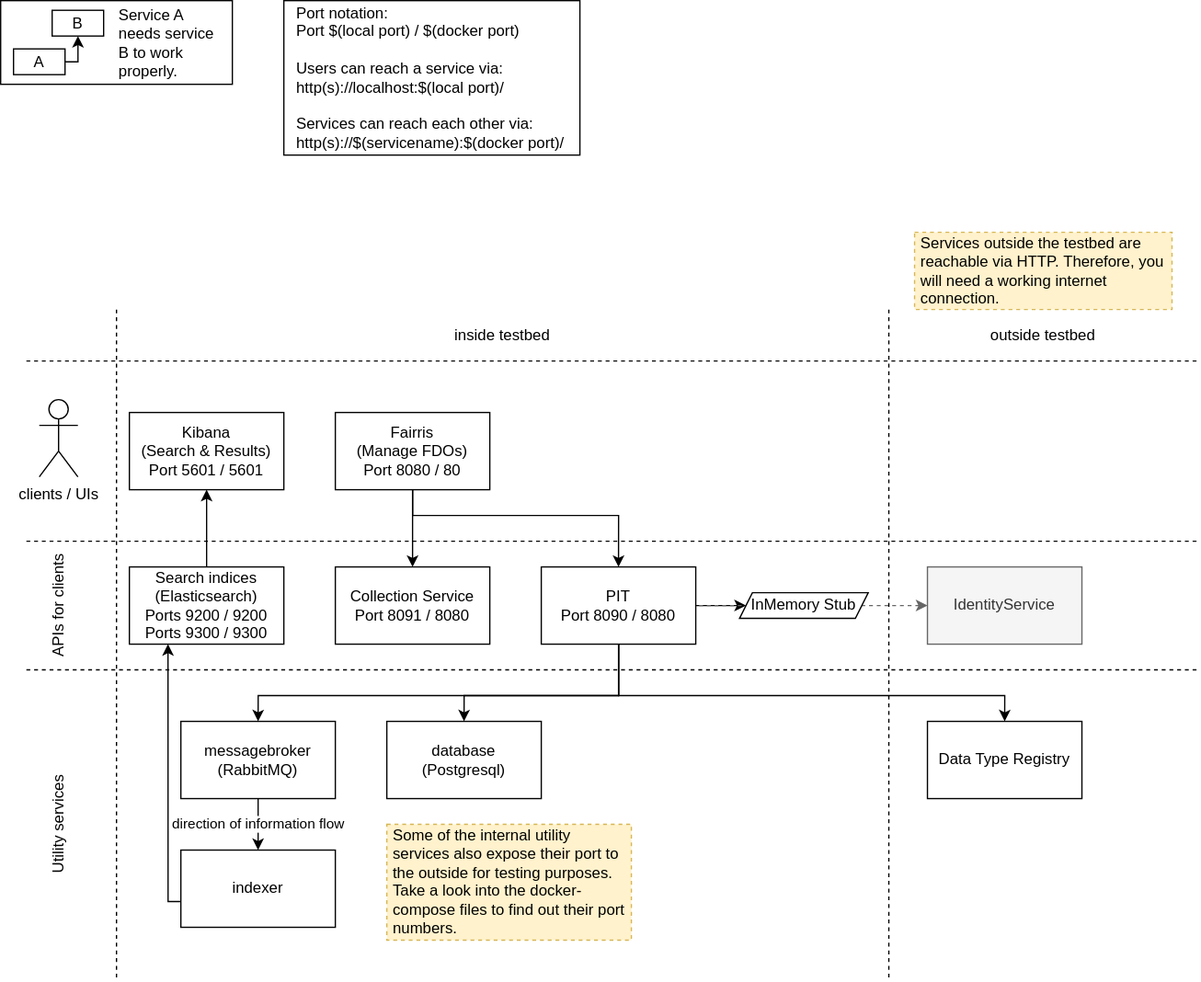
This is documentation/images/services_overview.drawio.svg from kit-data-manager/testbed4inf, a draw.io export, as it was before one commit. Source tidied: cells renumbered, new cells last; positions are measured from the earlier drawing's top-left corner, leaving out a move shared by most shapes. The source it was exported from:
```xml
<mxGraphModel>
  <root>
    <mxCell id="0" />
    <mxCell id="1" parent="0" />
    <mxCell id="2" style="edgeStyle=orthogonalEdgeStyle;rounded=0;jettySize=auto;html=1;entryX=0.25;entryY=1;entryDx=0;entryDy=0;" parent="1" edge="1" source="3" target="16">
      <mxGeometry relative="1" as="geometry">
        <Array as="points">
          <mxPoint x="130" y="700" />
        </Array>
      </mxGeometry>
    </mxCell>
    <mxCell id="3" value="indexer" style="rounded=0;whiteSpace=wrap;html=1;" parent="1" vertex="1">
      <mxGeometry x="140" y="660" width="120" height="60" as="geometry" />
    </mxCell>
    <mxCell id="4" style="edgeStyle=orthogonalEdgeStyle;rounded=0;jettySize=auto;html=1;entryX=0.5;entryY=0;entryDx=0;entryDy=0;" parent="1" edge="1" source="8" target="13">
      <mxGeometry relative="1" as="geometry">
        <Array as="points">
          <mxPoint x="480" y="540" />
          <mxPoint x="200" y="540" />
        </Array>
      </mxGeometry>
    </mxCell>
    <mxCell id="5" style="edgeStyle=orthogonalEdgeStyle;rounded=0;jettySize=auto;html=1;entryX=0.5;entryY=0;entryDx=0;entryDy=0;" parent="1" edge="1" source="8" target="14">
      <mxGeometry relative="1" as="geometry">
        <Array as="points">
          <mxPoint x="480" y="540" />
          <mxPoint x="360" y="540" />
        </Array>
      </mxGeometry>
    </mxCell>
    <mxCell id="6" style="edgeStyle=orthogonalEdgeStyle;rounded=0;jettySize=auto;html=1;entryX=0.5;entryY=0;entryDx=0;entryDy=0;" parent="1" edge="1" source="8" target="28">
      <mxGeometry relative="1" as="geometry">
        <Array as="points">
          <mxPoint x="480" y="540" />
          <mxPoint x="780" y="540" />
        </Array>
      </mxGeometry>
    </mxCell>
    <mxCell id="7" style="edgeStyle=orthogonalEdgeStyle;rounded=0;jettySize=auto;html=1;" parent="1" edge="1" source="8" target="29">
      <mxGeometry relative="1" as="geometry" />
    </mxCell>
    <mxCell id="8" value="PIT&lt;br&gt;Port 8090 / 8080" style="rounded=0;whiteSpace=wrap;html=1;" parent="1" vertex="1">
      <mxGeometry x="420" y="440" width="120" height="60" as="geometry" />
    </mxCell>
    <mxCell id="9" style="edgeStyle=orthogonalEdgeStyle;rounded=0;jettySize=auto;html=1;entryX=0.5;entryY=0;entryDx=0;entryDy=0;" parent="1" edge="1" source="11" target="8">
      <mxGeometry relative="1" as="geometry">
        <Array as="points">
          <mxPoint x="320" y="400" />
          <mxPoint x="480" y="400" />
        </Array>
      </mxGeometry>
    </mxCell>
    <mxCell id="10" style="edgeStyle=orthogonalEdgeStyle;rounded=0;jettySize=auto;html=1;entryX=0.5;entryY=0;entryDx=0;entryDy=0;endArrow=classic;endFill=1;" parent="1" edge="1" source="11" target="32">
      <mxGeometry relative="1" as="geometry" />
    </mxCell>
    <mxCell id="11" value="Fairris&lt;br&gt;(Manage FDOs)&lt;br&gt;Port 8080 / 80" style="rounded=0;whiteSpace=wrap;html=1;" parent="1" vertex="1">
      <mxGeometry x="260" y="320" width="120" height="60" as="geometry" />
    </mxCell>
    <mxCell id="12" value="direction of information flow" style="edgeStyle=orthogonalEdgeStyle;rounded=0;jettySize=auto;html=1;" parent="1" edge="1" source="13" target="3">
      <mxGeometry relative="1" as="geometry" />
    </mxCell>
    <mxCell id="13" value="messagebroker&lt;br&gt;(RabbitMQ)" style="rounded=0;whiteSpace=wrap;html=1;" parent="1" vertex="1">
      <mxGeometry x="140" y="560" width="120" height="60" as="geometry" />
    </mxCell>
    <mxCell id="14" value="database&lt;br&gt;(Postgresql)" style="rounded=0;whiteSpace=wrap;html=1;" parent="1" vertex="1">
      <mxGeometry x="300" y="560" width="120" height="60" as="geometry" />
    </mxCell>
    <mxCell id="15" style="edgeStyle=orthogonalEdgeStyle;rounded=0;jettySize=auto;html=1;" parent="1" edge="1" source="16" target="17">
      <mxGeometry relative="1" as="geometry" />
    </mxCell>
    <mxCell id="16" value="Search indices&lt;br&gt;(Elasticsearch)&lt;br&gt;Ports 9200 / 9200&lt;br&gt;Ports 9300 / 9300" style="rounded=0;whiteSpace=wrap;html=1;" parent="1" vertex="1">
      <mxGeometry x="100" y="440" width="120" height="60" as="geometry" />
    </mxCell>
    <mxCell id="17" value="Kibana&lt;br&gt;(Search &amp;amp; Results)&lt;br&gt;Port 5601 / 5601" style="rounded=0;whiteSpace=wrap;html=1;" parent="1" vertex="1">
      <mxGeometry x="100" y="320" width="120" height="60" as="geometry" />
    </mxCell>
    <mxCell id="18" value="clients / UIs" style="shape=umlActor;verticalLabelPosition=bottom;verticalAlign=top;html=1;" parent="1" vertex="1">
      <mxGeometry x="30" y="310" width="30" height="60" as="geometry" />
    </mxCell>
    <mxCell id="19" style="endArrow=none;dashed=1;html=1;" parent="1" edge="1">
      <mxGeometry relative="1" as="geometry">
        <mxPoint x="20" y="420" as="sourcePoint" />
        <mxPoint x="930" y="420" as="targetPoint" />
      </mxGeometry>
    </mxCell>
    <mxCell id="20" value="APIs for clients" style="text;html=1;strokeColor=none;fillColor=none;align=center;verticalAlign=middle;whiteSpace=wrap;rounded=0;horizontal=0;" parent="1" vertex="1">
      <mxGeometry y="420" width="90" height="100" as="geometry" />
    </mxCell>
    <mxCell id="21" style="endArrow=none;dashed=1;html=1;" parent="1" edge="1">
      <mxGeometry relative="1" as="geometry">
        <mxPoint x="20" y="520" as="sourcePoint" />
        <mxPoint x="930" y="520" as="targetPoint" />
      </mxGeometry>
    </mxCell>
    <mxCell id="22" style="endArrow=none;dashed=1;html=1;" parent="1" edge="1">
      <mxGeometry relative="1" as="geometry">
        <mxPoint x="690" y="240" as="sourcePoint" />
        <mxPoint x="690" y="760" as="targetPoint" />
      </mxGeometry>
    </mxCell>
    <mxCell id="23" value="outside testbed" style="text;html=1;strokeColor=none;fillColor=none;align=center;verticalAlign=middle;whiteSpace=wrap;rounded=0;" parent="1" vertex="1">
      <mxGeometry x="690" y="240" width="240" height="40" as="geometry" />
    </mxCell>
    <mxCell id="24" value="inside testbed" style="text;html=1;strokeColor=none;fillColor=none;align=center;verticalAlign=middle;whiteSpace=wrap;rounded=0;" parent="1" vertex="1">
      <mxGeometry x="90" y="240" width="600" height="40" as="geometry" />
    </mxCell>
    <mxCell id="25" style="edgeStyle=orthogonalEdgeStyle;rounded=0;jettySize=auto;html=1;fillColor=#f5f5f5;strokeColor=#666666;endArrow=none;endFill=0;dashed=1;startArrow=classic;startFill=1;" parent="1" edge="1" source="26" target="8">
      <mxGeometry relative="1" as="geometry" />
    </mxCell>
    <mxCell id="26" value="IdentityService" style="rounded=0;whiteSpace=wrap;html=1;fillColor=#f5f5f5;strokeColor=#666666;fontColor=#333333;" parent="1" vertex="1">
      <mxGeometry x="720" y="440" width="120" height="60" as="geometry" />
    </mxCell>
    <mxCell id="27" style="endArrow=none;dashed=1;html=1;entryX=1;entryY=1;entryDx=0;entryDy=0;" parent="1" edge="1" target="30">
      <mxGeometry relative="1" as="geometry">
        <mxPoint x="90" y="240" as="sourcePoint" />
      </mxGeometry>
    </mxCell>
    <mxCell id="28" value="Data Type Registry" style="rounded=0;whiteSpace=wrap;html=1;" parent="1" vertex="1">
      <mxGeometry x="720" y="560" width="120" height="60" as="geometry" />
    </mxCell>
    <mxCell id="29" value="InMemory Stub" style="shape=parallelogram;perimeter=parallelogramPerimeter;whiteSpace=wrap;html=1;fixedSize=1;size=10;" parent="1" vertex="1">
      <mxGeometry x="574" y="460" width="100" height="20" as="geometry" />
    </mxCell>
    <mxCell id="30" value="Utility services" style="text;html=1;strokeColor=none;fillColor=none;align=center;verticalAlign=middle;whiteSpace=wrap;rounded=0;horizontal=0;" parent="1" vertex="1">
      <mxGeometry y="520" width="90" height="240" as="geometry" />
    </mxCell>
    <mxCell id="31" style="endArrow=none;dashed=1;html=1;" parent="1" edge="1">
      <mxGeometry relative="1" as="geometry">
        <mxPoint x="20" y="280" as="sourcePoint" />
        <mxPoint x="930" y="280" as="targetPoint" />
      </mxGeometry>
    </mxCell>
    <mxCell id="32" value="Collection Service&lt;br&gt;Port 8091 / 8080" style="rounded=0;whiteSpace=wrap;html=1;" parent="1" vertex="1">
      <mxGeometry x="260" y="440" width="120" height="60" as="geometry" />
    </mxCell>
    <mxCell id="33" style="rounded=0;whiteSpace=wrap;html=1;" parent="1" vertex="1">
      <mxGeometry width="180" height="65" as="geometry" />
    </mxCell>
    <mxCell id="34" value="Service A needs service B to work properly." style="text;html=1;strokeColor=none;fillColor=none;align=left;verticalAlign=middle;whiteSpace=wrap;rounded=0;" parent="33" vertex="1">
      <mxGeometry x="90" y="7.5" width="80" height="50" as="geometry" />
    </mxCell>
    <mxCell id="35" value="A" style="rounded=0;whiteSpace=wrap;html=1;" parent="33" vertex="1">
      <mxGeometry x="10" y="37.5" width="40" height="20" as="geometry" />
    </mxCell>
    <mxCell id="36" value="B" style="rounded=0;whiteSpace=wrap;html=1;" parent="33" vertex="1">
      <mxGeometry x="40" y="7.5" width="40" height="20" as="geometry" />
    </mxCell>
    <mxCell id="37" style="edgeStyle=orthogonalEdgeStyle;rounded=0;jettySize=auto;html=1;endArrow=classic;endFill=1;" parent="33" edge="1" source="35" target="36">
      <mxGeometry relative="1" as="geometry">
        <Array as="points">
          <mxPoint x="50" y="47.5" />
          <mxPoint x="60" y="47.5" />
        </Array>
      </mxGeometry>
    </mxCell>
    <mxCell id="38" value="&lt;p&gt;Services outside the testbed are reachable via HTTP. Therefore, you will need a working internet connection.&lt;/p&gt;" style="text;html=1;spacing=5;spacingTop=-20;whiteSpace=wrap;overflow=hidden;rounded=0;verticalAlign=top;dashed=1;strokeColor=#d6b656;fillColor=#fff2cc;" parent="1" vertex="1">
      <mxGeometry x="710" y="180" width="200" height="60" as="geometry" />
    </mxCell>
    <mxCell id="39" style="rounded=0;whiteSpace=wrap;html=1;" parent="1" vertex="1">
      <mxGeometry x="220" width="230" height="120" as="geometry" />
    </mxCell>
    <mxCell id="40" value="Port notation:&lt;br&gt;Port $(local port) / $(docker port)&lt;br&gt;&lt;br&gt;Users can reach a service via:&lt;br&gt;http(s)://localhost:$(local port)/&lt;br&gt;&lt;br&gt;Services can reach each other via:&lt;br&gt;http(s)://$(servicename):$(docker port)/" style="text;html=1;strokeColor=none;fillColor=none;align=left;verticalAlign=middle;whiteSpace=wrap;rounded=0;" parent="39" vertex="1">
      <mxGeometry x="7.9" y="8" width="214.1" height="104" as="geometry" />
    </mxCell>
    <mxCell id="41" value="&lt;p&gt;Some of the internal utility services also expose their port to the outside for testing purposes. Take a look into the docker-compose files to find out their port numbers.&lt;/p&gt;" style="text;html=1;strokeColor=#d6b656;fillColor=#fff2cc;spacing=5;spacingTop=-20;whiteSpace=wrap;overflow=hidden;rounded=0;dashed=1;" parent="1" vertex="1">
      <mxGeometry x="300" y="640" width="190" height="90" as="geometry" />
    </mxCell>
  </root>
</mxGraphModel>
```
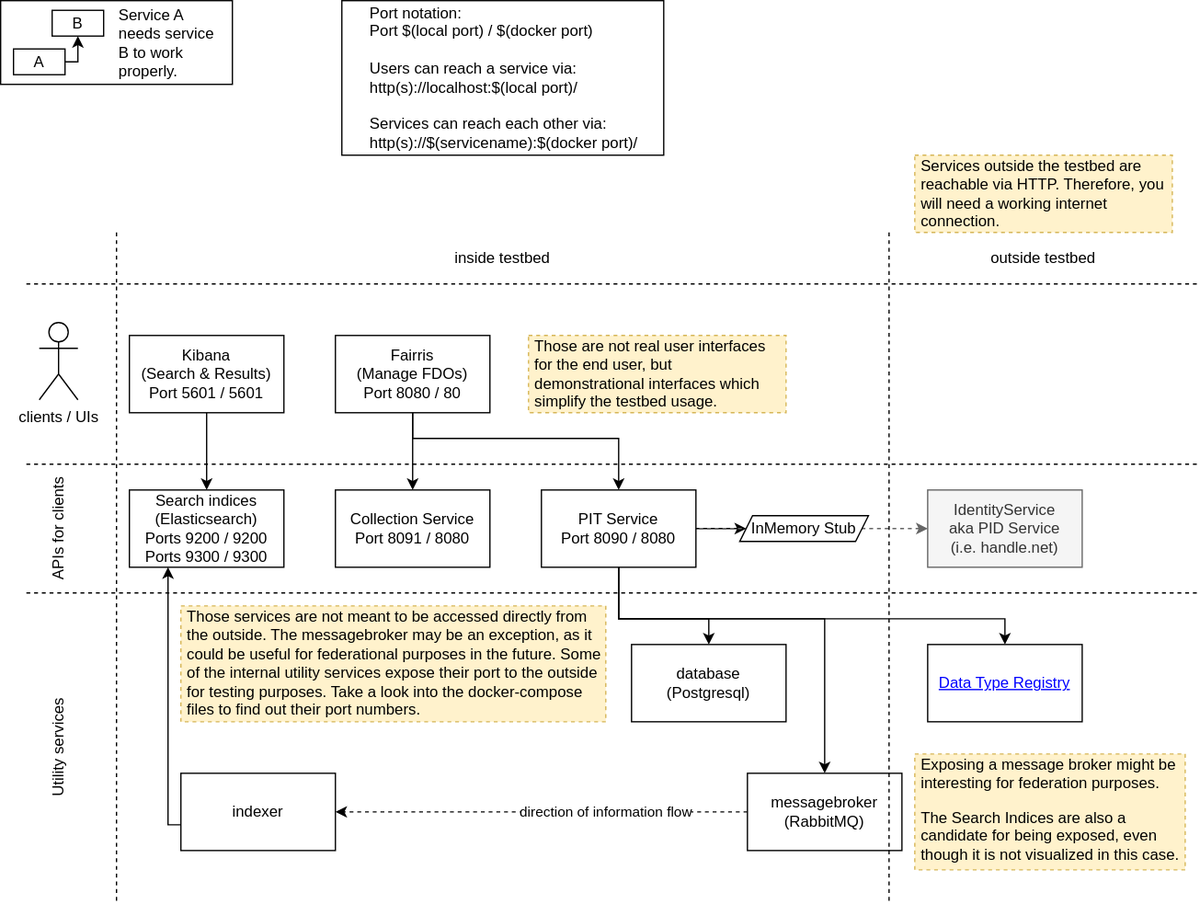
Later version of the same file.

Diff of the diagram source:
```diff
@@ -16,7 +16,7 @@
       <mxGeometry relative="1" as="geometry">
         <Array as="points">
           <mxPoint x="480" y="540" />
-          <mxPoint x="200" y="540" />
+          <mxPoint x="640" y="540" />
         </Array>
       </mxGeometry>
     </mxCell>
@@ -24,7 +24,7 @@
       <mxGeometry relative="1" as="geometry">
         <Array as="points">
           <mxPoint x="480" y="540" />
-          <mxPoint x="360" y="540" />
+          <mxPoint x="550" y="540" />
         </Array>
       </mxGeometry>
     </mxCell>
@@ -39,7 +39,7 @@
     <mxCell id="7" style="edgeStyle=orthogonalEdgeStyle;rounded=0;jettySize=auto;html=1;" parent="1" edge="1" source="8" target="29">
       <mxGeometry relative="1" as="geometry" />
     </mxCell>
-    <mxCell id="8" value="PIT&lt;br&gt;Port 8090 / 8080" style="rounded=0;whiteSpace=wrap;html=1;" parent="1" vertex="1">
+    <mxCell id="8" value="PIT Service&lt;br&gt;Port 8090 / 8080" style="rounded=0;whiteSpace=wrap;html=1;" parent="1" vertex="1">
       <mxGeometry x="420" y="440" width="120" height="60" as="geometry" />
     </mxCell>
     <mxCell id="9" style="edgeStyle=orthogonalEdgeStyle;rounded=0;jettySize=auto;html=1;entryX=0.5;entryY=0;entryDx=0;entryDy=0;" parent="1" edge="1" source="11" target="8">
@@ -56,16 +56,16 @@
     <mxCell id="11" value="Fairris&lt;br&gt;(Manage FDOs)&lt;br&gt;Port 8080 / 80" style="rounded=0;whiteSpace=wrap;html=1;" parent="1" vertex="1">
       <mxGeometry x="260" y="320" width="120" height="60" as="geometry" />
     </mxCell>
-    <mxCell id="12" value="direction of information flow" style="edgeStyle=orthogonalEdgeStyle;rounded=0;jettySize=auto;html=1;" parent="1" edge="1" source="13" target="3">
-      <mxGeometry relative="1" as="geometry" />
+    <mxCell id="12" value="direction of information flow" style="edgeStyle=orthogonalEdgeStyle;rounded=0;jettySize=auto;html=1;dashed=1;" parent="1" edge="1" source="13" target="3">
+      <mxGeometry x="-0.31" relative="1" as="geometry" />
     </mxCell>
     <mxCell id="13" value="messagebroker&lt;br&gt;(RabbitMQ)" style="rounded=0;whiteSpace=wrap;html=1;" parent="1" vertex="1">
-      <mxGeometry x="140" y="560" width="120" height="60" as="geometry" />
+      <mxGeometry x="580" y="660" width="120" height="60" as="geometry" />
     </mxCell>
     <mxCell id="14" value="database&lt;br&gt;(Postgresql)" style="rounded=0;whiteSpace=wrap;html=1;" parent="1" vertex="1">
-      <mxGeometry x="300" y="560" width="120" height="60" as="geometry" />
+      <mxGeometry x="490" y="560" width="120" height="60" as="geometry" />
     </mxCell>
-    <mxCell id="15" style="edgeStyle=orthogonalEdgeStyle;rounded=0;jettySize=auto;html=1;" parent="1" edge="1" source="16" target="17">
+    <mxCell id="15" style="edgeStyle=orthogonalEdgeStyle;rounded=0;jettySize=auto;html=1;endArrow=none;endFill=0;startArrow=classic;startFill=1;" parent="1" edge="1" source="16" target="17">
       <mxGeometry relative="1" as="geometry" />
     </mxCell>
     <mxCell id="16" value="Search indices&lt;br&gt;(Elasticsearch)&lt;br&gt;Ports 9200 / 9200&lt;br&gt;Ports 9300 / 9300" style="rounded=0;whiteSpace=wrap;html=1;" parent="1" vertex="1">
@@ -92,12 +92,6 @@
         <mxPoint x="930" y="520" as="targetPoint" />
       </mxGeometry>
     </mxCell>
-    <mxCell id="22" style="endArrow=none;dashed=1;html=1;" parent="1" edge="1">
-      <mxGeometry relative="1" as="geometry">
-        <mxPoint x="690" y="240" as="sourcePoint" />
-        <mxPoint x="690" y="760" as="targetPoint" />
-      </mxGeometry>
-    </mxCell>
     <mxCell id="23" value="outside testbed" style="text;html=1;strokeColor=none;fillColor=none;align=center;verticalAlign=middle;whiteSpace=wrap;rounded=0;" parent="1" vertex="1">
       <mxGeometry x="690" y="240" width="240" height="40" as="geometry" />
     </mxCell>
@@ -107,7 +101,7 @@
     <mxCell id="25" style="edgeStyle=orthogonalEdgeStyle;rounded=0;jettySize=auto;html=1;fillColor=#f5f5f5;strokeColor=#666666;endArrow=none;endFill=0;dashed=1;startArrow=classic;startFill=1;" parent="1" edge="1" source="26" target="8">
       <mxGeometry relative="1" as="geometry" />
     </mxCell>
-    <mxCell id="26" value="IdentityService" style="rounded=0;whiteSpace=wrap;html=1;fillColor=#f5f5f5;strokeColor=#666666;fontColor=#333333;" parent="1" vertex="1">
+    <mxCell id="26" value="IdentityService&lt;br&gt;aka PID Service&lt;br&gt;(i.e. handle.net)" style="rounded=0;whiteSpace=wrap;html=1;fillColor=#f5f5f5;strokeColor=#666666;fontColor=#333333;" parent="1" vertex="1">
       <mxGeometry x="720" y="440" width="120" height="60" as="geometry" />
     </mxCell>
     <mxCell id="27" style="endArrow=none;dashed=1;html=1;entryX=1;entryY=1;entryDx=0;entryDy=0;" parent="1" edge="1" target="30">
@@ -115,7 +109,7 @@
         <mxPoint x="90" y="240" as="sourcePoint" />
       </mxGeometry>
     </mxCell>
-    <mxCell id="28" value="Data Type Registry" style="rounded=0;whiteSpace=wrap;html=1;" parent="1" vertex="1">
+    <mxCell id="28" value="Data Type Registry" style="rounded=0;whiteSpace=wrap;html=1;fontStyle=4;fontColor=#0000FF;" parent="1" vertex="1">
       <mxGeometry x="720" y="560" width="120" height="60" as="geometry" />
     </mxCell>
     <mxCell id="29" value="InMemory Stub" style="shape=parallelogram;perimeter=parallelogramPerimeter;whiteSpace=wrap;html=1;fixedSize=1;size=10;" parent="1" vertex="1">
@@ -134,7 +128,7 @@
       <mxGeometry x="260" y="440" width="120" height="60" as="geometry" />
     </mxCell>
     <mxCell id="33" style="rounded=0;whiteSpace=wrap;html=1;" parent="1" vertex="1">
-      <mxGeometry width="180" height="65" as="geometry" />
+      <mxGeometry y="60" width="180" height="65" as="geometry" />
     </mxCell>
     <mxCell id="34" value="Service A needs service B to work properly." style="text;html=1;strokeColor=none;fillColor=none;align=left;verticalAlign=middle;whiteSpace=wrap;rounded=0;" parent="33" vertex="1">
       <mxGeometry x="90" y="7.5" width="80" height="50" as="geometry" />
@@ -157,13 +151,25 @@
       <mxGeometry x="710" y="180" width="200" height="60" as="geometry" />
     </mxCell>
     <mxCell id="39" style="rounded=0;whiteSpace=wrap;html=1;" parent="1" vertex="1">
-      <mxGeometry x="220" width="230" height="120" as="geometry" />
+      <mxGeometry x="265" y="60" width="250" height="120" as="geometry" />
     </mxCell>
     <mxCell id="40" value="Port notation:&lt;br&gt;Port $(local port) / $(docker port)&lt;br&gt;&lt;br&gt;Users can reach a service via:&lt;br&gt;http(s)://localhost:$(local port)/&lt;br&gt;&lt;br&gt;Services can reach each other via:&lt;br&gt;http(s)://$(servicename):$(docker port)/" style="text;html=1;strokeColor=none;fillColor=none;align=left;verticalAlign=middle;whiteSpace=wrap;rounded=0;" parent="39" vertex="1">
-      <mxGeometry x="7.9" y="8" width="214.1" height="104" as="geometry" />
+      <mxGeometry x="20" y="8" width="221.4" height="104" as="geometry" />
     </mxCell>
-    <mxCell id="41" value="&lt;p&gt;Some of the internal utility services also expose their port to the outside for testing purposes. Take a look into the docker-compose files to find out their port numbers.&lt;/p&gt;" style="text;html=1;strokeColor=#d6b656;fillColor=#fff2cc;spacing=5;spacingTop=-20;whiteSpace=wrap;overflow=hidden;rounded=0;dashed=1;" parent="1" vertex="1">
-      <mxGeometry x="300" y="640" width="190" height="90" as="geometry" />
+    <mxCell id="41" value="&lt;p&gt;Those services are not meant to be accessed directly from the outside. The messagebroker may be an exception, as it could be useful for federational purposes in the future. Some of the internal utility services expose their port to the outside for testing purposes. Take a look into the docker-compose files to find out their port numbers.&lt;/p&gt;" style="text;html=1;strokeColor=#d6b656;fillColor=#fff2cc;spacing=5;spacingTop=-20;whiteSpace=wrap;overflow=hidden;rounded=0;dashed=1;" parent="1" vertex="1">
+      <mxGeometry x="140" y="530" width="330" height="90" as="geometry" />
     </mxCell>
+    <mxCell id="42" value="&lt;p&gt;Those are not real user interfaces for the end user, but demonstrational interfaces which simplify the testbed usage.&lt;/p&gt;" style="text;html=1;spacing=5;spacingTop=-20;whiteSpace=wrap;overflow=hidden;rounded=0;verticalAlign=top;dashed=1;strokeColor=#d6b656;fillColor=#fff2cc;" parent="1" vertex="1">
+      <mxGeometry x="410" y="320" width="200" height="60" as="geometry" />
+    </mxCell>
+    <mxCell id="43" value="&lt;p&gt;Exposing a message broker might be interesting for federation purposes.&lt;/p&gt;&lt;p&gt;The Search Indices are also a candidate for being exposed, even though it is not visualized in this case.&lt;/p&gt;" style="text;html=1;spacing=5;spacingTop=-20;whiteSpace=wrap;overflow=hidden;rounded=0;verticalAlign=top;dashed=1;strokeColor=#d6b656;fillColor=#fff2cc;" parent="1" vertex="1">
+      <mxGeometry x="710" y="645" width="210" height="90" as="geometry" />
+    </mxCell>
+    <mxCell id="22" style="endArrow=none;dashed=1;html=1;" parent="1" edge="1">
+      <mxGeometry relative="1" as="geometry">
+        <mxPoint x="690" y="240" as="sourcePoint" />
+        <mxPoint x="690" y="760" as="targetPoint" />
+      </mxGeometry>
+    </mxCell>
   </root>
 </mxGraphModel>
```
